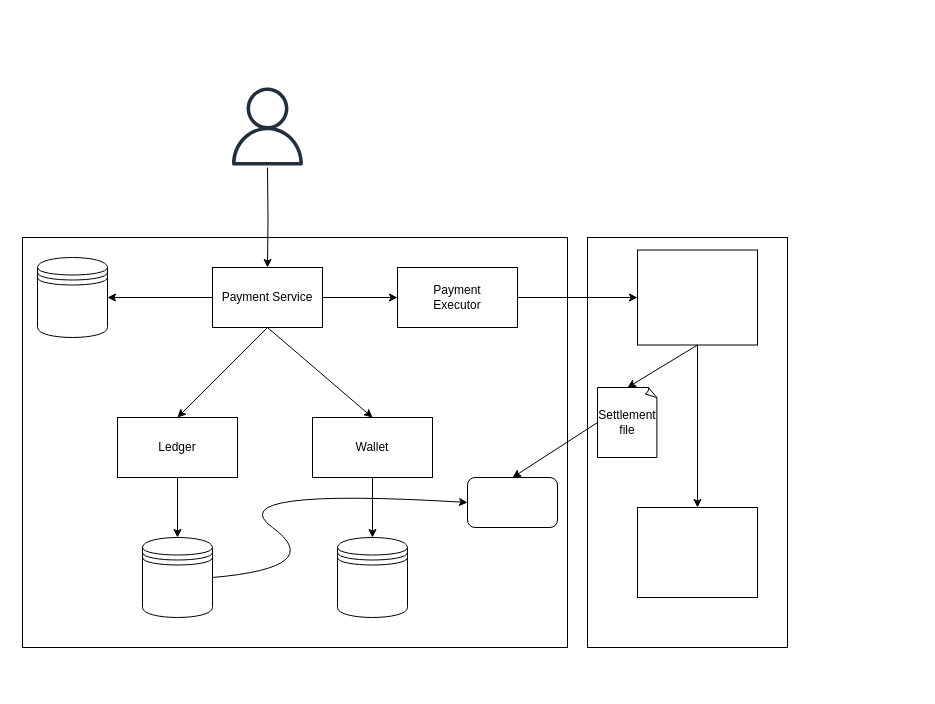
Before: page "Payment" (5 of 5) of Untitled Diagram.drawio in ManhKhoa1507/Temp, a draw.io diagram. Source tidied: cells renumbered, new cells numbered last; positions are measured from the earlier drawing's top-left corner, leaving out a move shared by most shapes. Both pictures are drawn from the tidied source at 100%, with x=0, y=0 at pixel (22, 87). Pictures stored in the file or linked from it are replaced by grey dashed boxes.
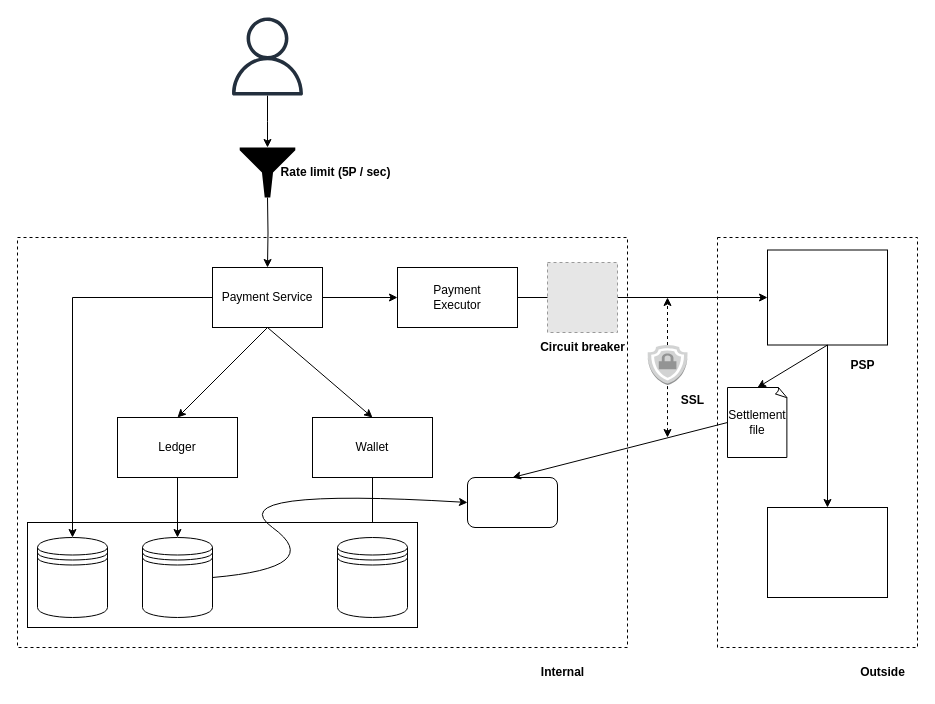
The same page after the edit.

Unchanged cells that the change refers to:
```xml
<mxCell id="7" value="Payment Service" style="rounded=0;whiteSpace=wrap;html=1;" parent="1" vertex="1">
  <mxGeometry x="190" y="180" width="110" height="60" as="geometry" />
</mxCell>
<mxCell id="10" value="Payment&lt;br&gt;Executor" style="rounded=0;whiteSpace=wrap;html=1;" parent="1" vertex="1">
  <mxGeometry x="375" y="180" width="120" height="60" as="geometry" />
</mxCell>
<mxCell id="13" value="Ledger" style="rounded=0;whiteSpace=wrap;html=1;" parent="1" vertex="1">
  <mxGeometry x="95" y="330" width="120" height="60" as="geometry" />
</mxCell>
<mxCell id="19" style="rounded=1;whiteSpace=wrap;html=1;" parent="1" vertex="1">
  <mxGeometry x="445" y="390" width="90" height="50" as="geometry" />
</mxCell>
```

Diff of the diagram source:
```diff
@@
-    <mxCell id="2" style="rounded=0;whiteSpace=wrap;html=1;" parent="1" vertex="1">
-      <mxGeometry y="150" width="545" height="410" as="geometry" />
+    <mxCell id="2" style="rounded=0;whiteSpace=wrap;html=1;dashed=1;" parent="1" vertex="1">
+      <mxGeometry x="-5" y="150" width="610" height="410" as="geometry" />
     </mxCell>
-    <mxCell id="3" style="rounded=0;whiteSpace=wrap;html=1;" parent="1" vertex="1">
-      <mxGeometry x="565" y="150" width="200" height="410" as="geometry" />
+    <mxCell id="3" style="rounded=0;whiteSpace=wrap;html=1;dashed=1;" parent="1" vertex="1">
+      <mxGeometry x="695" y="150" width="200" height="410" as="geometry" />
     </mxCell>
     <mxCell id="4" style="edgeStyle=orthogonalEdgeStyle;rounded=0;jettySize=auto;html=1;entryX=0.5;entryY=0;entryDx=0;entryDy=0;startArrow=none;" parent="1" edge="1" target="7">
       <mxGeometry relative="1" as="geometry">
-        <mxPoint x="245" y="80" as="sourcePoint" />
+        <mxPoint x="245" y="110" as="sourcePoint" />
       </mxGeometry>
     </mxCell>
-    <mxCell id="5" style="edgeStyle=orthogonalEdgeStyle;rounded=0;jettySize=auto;html=1;" parent="1" edge="1" source="7" target="8">
-      <mxGeometry relative="1" as="geometry" />
-    </mxCell>
@@
-    <mxCell id="8" style="shape=datastore;whiteSpace=wrap;html=1;" parent="1" vertex="1">
-      <mxGeometry x="15" y="170" width="70" height="80" as="geometry" />
-    </mxCell>
-    <mxCell id="9" style="edgeStyle=orthogonalEdgeStyle;rounded=0;jettySize=auto;html=1;entryX=0;entryY=0.5;entryDx=0;entryDy=0;" parent="1" edge="1" source="10" target="21">
+    <mxCell id="9" style="edgeStyle=orthogonalEdgeStyle;rounded=0;jettySize=auto;html=1;entryX=0;entryY=0.5;entryDx=0;entryDy=0;startArrow=none;" parent="1" edge="1" source="29" target="21">
       <mxGeometry relative="1" as="geometry" />
     </mxCell>
@@
-    <mxCell id="11" style="shape=datastore;whiteSpace=wrap;html=1;" parent="1" vertex="1">
-      <mxGeometry x="120" y="450" width="70" height="80" as="geometry" />
-    </mxCell>
-    <mxCell id="12" style="shape=datastore;whiteSpace=wrap;html=1;" parent="1" vertex="1">
-      <mxGeometry x="315" y="450" width="70" height="80" as="geometry" />
-    </mxCell>
@@
-    <mxCell id="18" style="endArrow=classic;html=1;rounded=0;entryX=0.5;entryY=0;entryDx=0;entryDy=0;exitX=0.5;exitY=1;exitDx=0;exitDy=0;" parent="1" edge="1" source="13" target="11">
-      <mxGeometry relative="1" as="geometry" />
-    </mxCell>
@@
-    <mxCell id="20" style="curved=1;endArrow=classic;html=1;rounded=0;entryX=0;entryY=0.5;entryDx=0;entryDy=0;exitX=1;exitY=0.5;exitDx=0;exitDy=0;" parent="1" edge="1" source="11" target="19">
-      <mxGeometry relative="1" as="geometry">
-        <Array as="points">
-          <mxPoint x="305" y="480" />
-          <mxPoint x="195" y="400" />
-        </Array>
-      </mxGeometry>
-    </mxCell>
     <mxCell id="21" style="rounded=0;whiteSpace=wrap;html=1;" parent="1" vertex="1">
-      <mxGeometry x="615" y="162.5" width="120" height="95" as="geometry" />
+      <mxGeometry x="745" y="162.5" width="120" height="95" as="geometry" />
     </mxCell>
     <mxCell id="22" value="Settlement&lt;br&gt;file" style="whiteSpace=wrap;html=1;shape=mxgraph.basic.document;" parent="1" vertex="1">
-      <mxGeometry x="575" y="300" width="60" height="70" as="geometry" />
+      <mxGeometry x="705" y="300" width="60" height="70" as="geometry" />
     </mxCell>
@@
     <mxCell id="25" style="rounded=0;whiteSpace=wrap;html=1;" parent="1" vertex="1">
-      <mxGeometry x="615" y="420" width="120" height="90" as="geometry" />
+      <mxGeometry x="745" y="420" width="120" height="90" as="geometry" />
     </mxCell>
@@
+    <mxCell id="28" style="edgeStyle=orthogonalEdgeStyle;rounded=0;jettySize=auto;html=1;entryX=0.5;entryY=0;entryDx=0;entryDy=0;entryPerimeter=0;" parent="1" edge="1" source="27" target="39">
+      <mxGeometry relative="1" as="geometry" />
+    </mxCell>
     <mxCell id="27" style="sketch=0;outlineConnect=0;fontColor=#232F3E;gradientColor=none;fillColor=#232F3D;strokeColor=none;dashed=0;verticalLabelPosition=bottom;verticalAlign=top;align=center;html=1;fontSize=12;fontStyle=0;shape=mxgraph.aws4.user;" parent="1" vertex="1">
-      <mxGeometry x="206" width="78" height="78" as="geometry" />
+      <mxGeometry x="206" y="-70" width="78" height="78" as="geometry" />
     </mxCell>
+    <mxCell id="29" style="fillColor=#E6E6E6;strokeColor=#999999;dashed=1;verticalLabelPosition=bottom;labelBackgroundColor=default;verticalAlign=top;" parent="1" vertex="1">
+      <mxGeometry x="525" y="175" width="70" height="70" as="geometry" />
+    </mxCell>
+    <mxCell id="30" style="edgeStyle=orthogonalEdgeStyle;rounded=0;jettySize=auto;html=1;entryX=0;entryY=0.5;entryDx=0;entryDy=0;endArrow=none;" parent="1" edge="1" source="10" target="29">
+      <mxGeometry relative="1" as="geometry" />
+    </mxCell>
+    <mxCell id="31" value="&lt;b&gt;SSL&lt;/b&gt;" style="text;html=1;align=center;verticalAlign=middle;strokeColor=none;fillColor=none;" parent="1" vertex="1">
+      <mxGeometry x="645" y="297.5" width="50" height="30" as="geometry" />
+    </mxCell>
+    <mxCell id="32" style="rounded=0;whiteSpace=wrap;html=1;" parent="1" vertex="1">
+      <mxGeometry x="5" y="435" width="390" height="105" as="geometry" />
+    </mxCell>
+    <mxCell id="8" style="shape=datastore;whiteSpace=wrap;html=1;" parent="1" vertex="1">
+      <mxGeometry x="15" y="450" width="70" height="80" as="geometry" />
+    </mxCell>
+    <mxCell id="11" style="shape=datastore;whiteSpace=wrap;html=1;" parent="1" vertex="1">
+      <mxGeometry x="120" y="450" width="70" height="80" as="geometry" />
+    </mxCell>
+    <mxCell id="12" style="shape=datastore;whiteSpace=wrap;html=1;" parent="1" vertex="1">
+      <mxGeometry x="315" y="450" width="70" height="80" as="geometry" />
+    </mxCell>
+    <mxCell id="18" style="endArrow=classic;html=1;rounded=0;entryX=0.5;entryY=0;entryDx=0;entryDy=0;exitX=0.5;exitY=1;exitDx=0;exitDy=0;" parent="1" edge="1" source="13" target="11">
+      <mxGeometry relative="1" as="geometry" />
+    </mxCell>
+    <mxCell id="5" style="edgeStyle=orthogonalEdgeStyle;rounded=0;jettySize=auto;html=1;" parent="1" edge="1" source="7" target="8">
+      <mxGeometry relative="1" as="geometry" />
+    </mxCell>
+    <mxCell id="20" style="curved=1;endArrow=classic;html=1;rounded=0;entryX=0;entryY=0.5;entryDx=0;entryDy=0;exitX=1;exitY=0.5;exitDx=0;exitDy=0;" parent="1" edge="1" source="11" target="19">
+      <mxGeometry relative="1" as="geometry">
+        <Array as="points">
+          <mxPoint x="305" y="480" />
+          <mxPoint x="195" y="400" />
+        </Array>
+      </mxGeometry>
+    </mxCell>
+    <mxCell id="33" style="endArrow=classic;startArrow=none;html=1;rounded=0;dashed=1;" parent="1" edge="1" source="34">
+      <mxGeometry relative="1" as="geometry">
+        <mxPoint x="645" y="210" as="targetPoint" />
+      </mxGeometry>
+    </mxCell>
+    <mxCell id="34" style="outlineConnect=0;dashed=0;verticalLabelPosition=bottom;verticalAlign=top;align=center;html=1;shape=mxgraph.aws3.ssl_padlock;fillColor=#D2D3D3;gradientColor=none;" parent="1" vertex="1">
+      <mxGeometry x="625" y="257.5" width="40" height="40" as="geometry" />
+    </mxCell>
+    <mxCell id="35" style="endArrow=none;startArrow=classic;html=1;rounded=0;dashed=1;" parent="1" edge="1" target="34">
+      <mxGeometry relative="1" as="geometry">
+        <mxPoint x="645" y="350" as="sourcePoint" />
+      </mxGeometry>
+    </mxCell>
+    <mxCell id="36" value="&lt;b&gt;Circuit breaker&lt;/b&gt;" style="text;html=1;align=center;verticalAlign=middle;strokeColor=none;fillColor=none;" parent="1" vertex="1">
+      <mxGeometry x="505" y="245" width="110" height="30" as="geometry" />
+    </mxCell>
+    <mxCell id="37" value="&lt;b&gt;PSP&lt;/b&gt;" style="text;html=1;align=center;verticalAlign=middle;strokeColor=none;fillColor=none;" parent="1" vertex="1">
+      <mxGeometry x="815" y="262.5" width="50" height="30" as="geometry" />
+    </mxCell>
+    <mxCell id="38" value="&lt;b&gt;Rate limit (5P / sec)&lt;/b&gt;" style="text;html=1;align=center;verticalAlign=middle;strokeColor=none;fillColor=none;" parent="1" vertex="1">
+      <mxGeometry x="247.8" y="70" width="130" height="30" as="geometry" />
+    </mxCell>
+    <mxCell id="39" style="sketch=0;shadow=0;dashed=0;html=1;strokeColor=none;labelPosition=center;verticalLabelPosition=bottom;verticalAlign=top;align=center;fillColor=#000000;shape=mxgraph.mscae.enterprise.filter;" parent="1" vertex="1">
+      <mxGeometry x="217.2" y="60" width="55.6" height="50" as="geometry" />
+    </mxCell>
+    <mxCell id="40" value="&lt;b&gt;Internal&lt;/b&gt;" style="text;html=1;align=center;verticalAlign=middle;strokeColor=none;fillColor=none;" parent="1" vertex="1">
+      <mxGeometry x="505" y="570" width="70" height="30" as="geometry" />
+    </mxCell>
+    <mxCell id="41" value="&lt;b&gt;Outside&lt;/b&gt;" style="text;html=1;align=center;verticalAlign=middle;strokeColor=none;fillColor=none;" parent="1" vertex="1">
+      <mxGeometry x="825" y="570" width="70" height="30" as="geometry" />
+    </mxCell>
```
